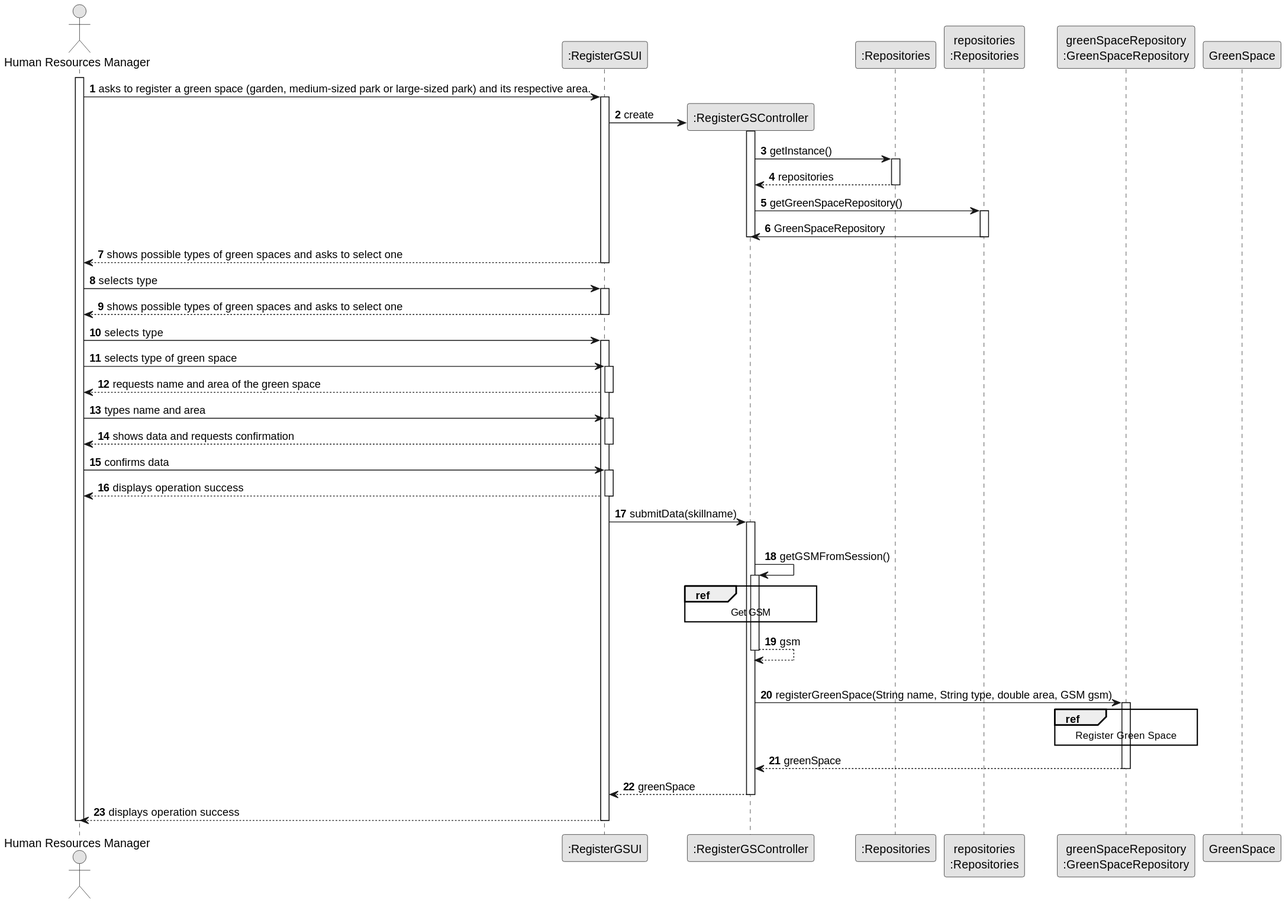
The PlantUML diagram docs/sprint3/us020/03.design/svg/us020-sequence-diagram-split.svg in tiagosoa/lei-24-s2-1dgh-g073, before a commit.
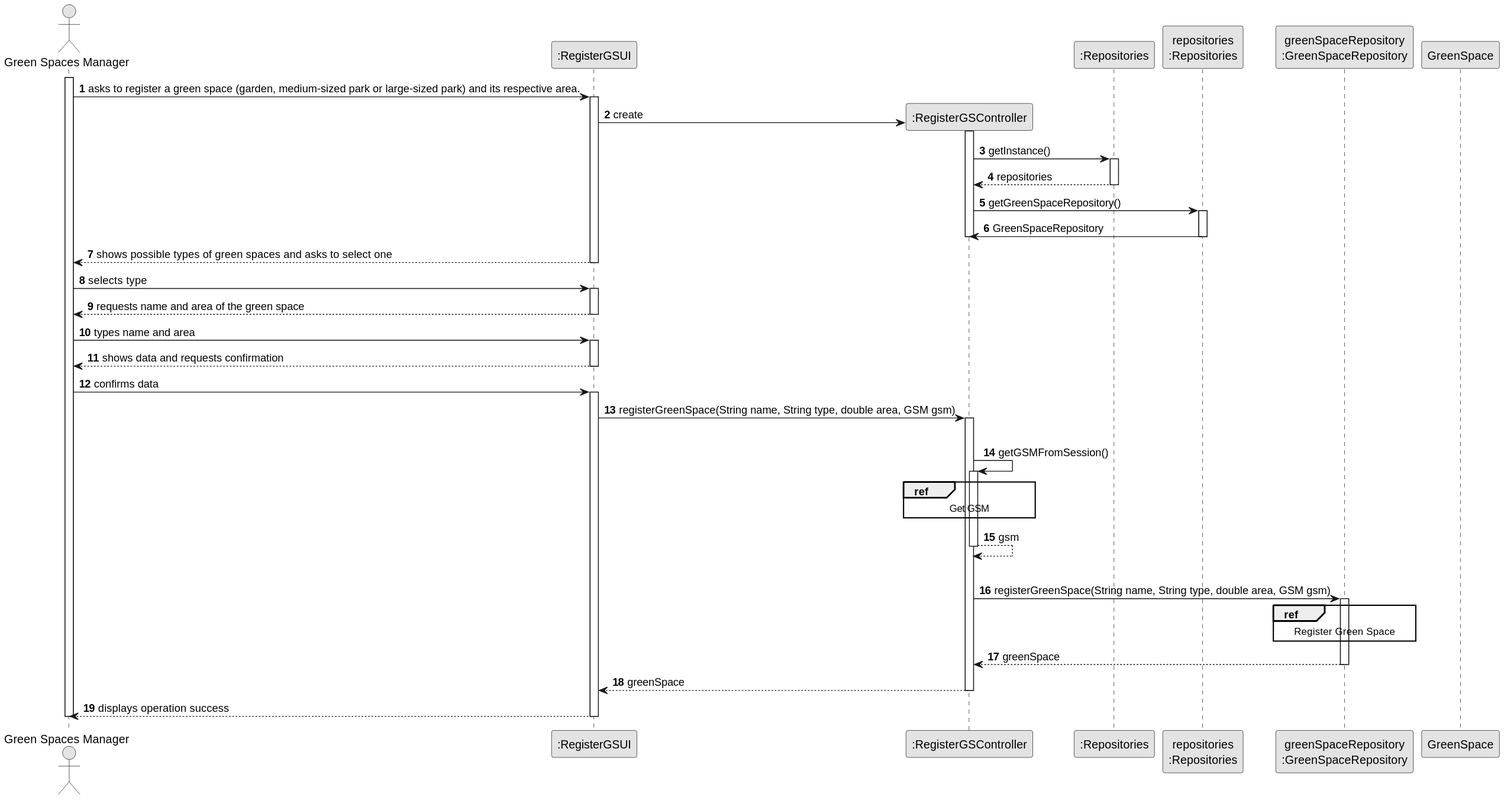
After the commit.

Diff of the diagram source:
```diff
@@ -5,7 +5,7 @@
 
 autonumber
 
-actor "Human Resources Manager" as ADM
+actor "Green Spaces Manager" as ADM
 participant ":RegisterGSUI" as UI
 participant ":RegisterGSController" as CTRL
 participant ":Repositories" as RepositorySingleton
@@ -37,19 +37,12 @@
                                  deactivate CTRL
 
 
-    UI --> ADM : shows possible types of green spaces and asks to select one
-    deactivate UI
-
-    ADM -> UI : selects type
-    activate UI
 
     UI --> ADM : shows possible types of green spaces and asks to select one
     deactivate UI
 
         ADM -> UI : selects type
         activate UI
-            ADM -> UI : selects type of green space
-            activate UI
 
             UI --> ADM : requests name and area of the green space
             deactivate UI
@@ -63,11 +56,9 @@
             ADM -> UI : confirms data
             activate UI
 
-            UI --> ADM : displays operation success
-            deactivate UI
 
 
-        UI -> CTRL : submitData(skillname)
+        UI -> CTRL : registerGreenSpace(String name, String type, double area, GSM gsm)
         activate CTRL
 
             |||
```
